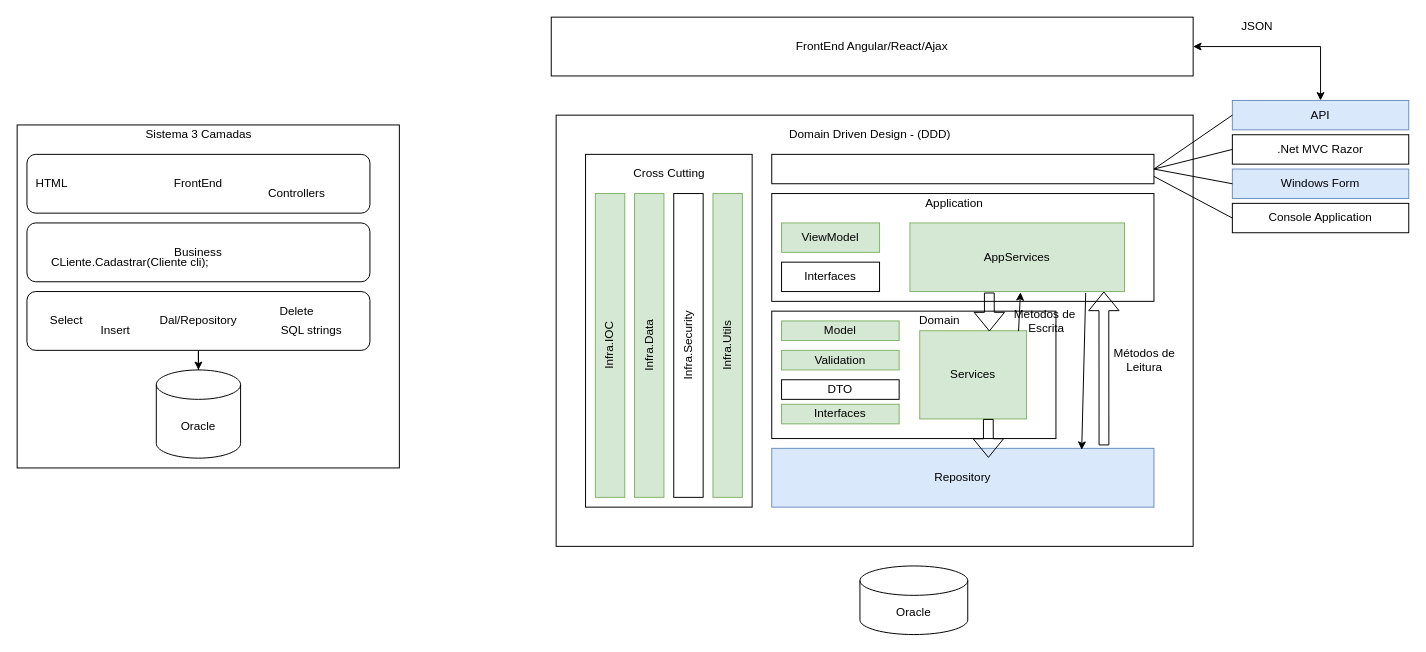
lfv500/LuBank keeps this draw.io diagram as page "DDD" (1 of 8) of docs/diagrams.drawio. Above is the earlier version. Source tidied: cells renumbered, new cells numbered last; positions are measured from the earlier drawing's top-left corner, leaving out a move shared by most shapes. Both pictures are drawn from the tidied source at 98%, with x=0, y=0 at pixel (17, 17).
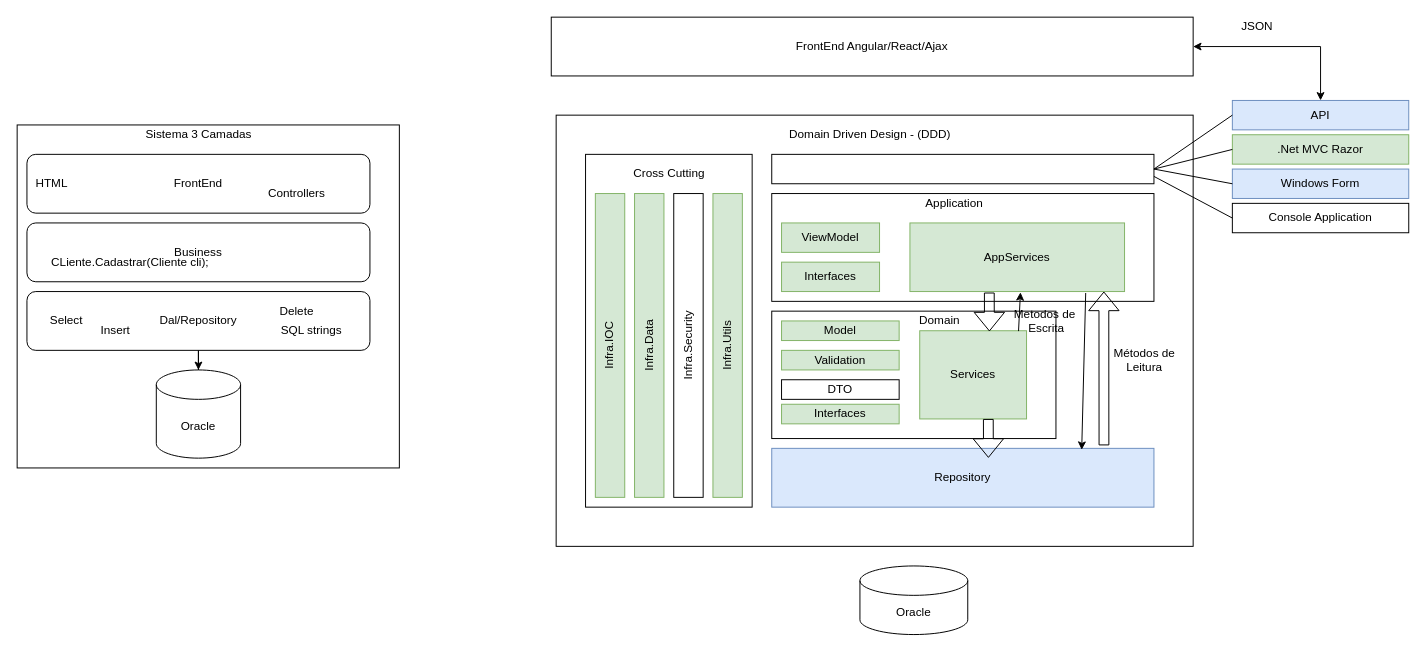
The same page after the edit.

Diff of the diagram source:
```diff
@@
-    <mxCell id="31" value="Interfaces" style="rounded=0;whiteSpace=wrap;html=1;" parent="1" vertex="1">
+    <mxCell id="31" value="Interfaces" style="rounded=0;whiteSpace=wrap;html=1;fillColor=#d5e8d4;strokeColor=#82b366;" parent="1" vertex="1">
       <mxGeometry x="780" y="250" width="100" height="30" as="geometry" />
     </mxCell>
@@
-    <mxCell id="49" value=".Net MVC Razor" style="rounded=0;whiteSpace=wrap;html=1;" parent="1" vertex="1">
+    <mxCell id="49" value=".Net MVC Razor" style="rounded=0;whiteSpace=wrap;html=1;fillColor=#d5e8d4;strokeColor=#82b366;" parent="1" vertex="1">
       <mxGeometry x="1240" y="120" width="180" height="30" as="geometry" />
     </mxCell>
```
